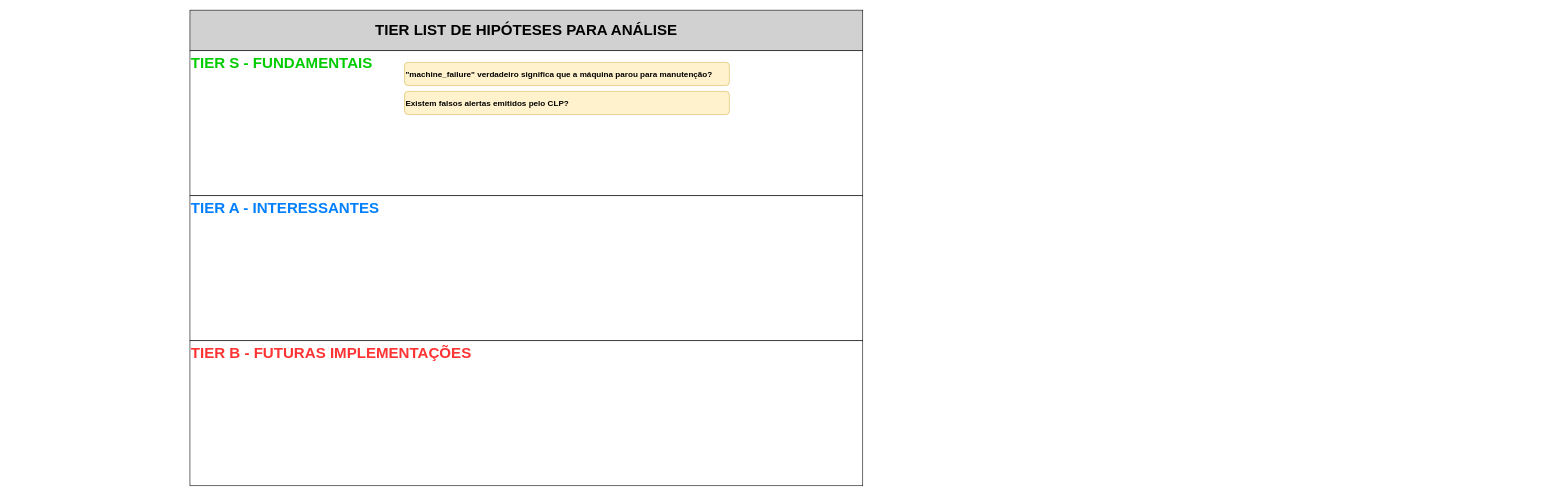
This is page "Hipóteses" (2 of 4) of doc/brainstorm_milling_pdm.drawio from ghperez/milling-pdm, a draw.io file, before an edit. Source tidied: cells renumbered, new cells numbered last; positions are measured from the earlier drawing's top-left corner, leaving out a move shared by most shapes. Both pictures are drawn from the tidied source at 58%, with x=0, y=0 at pixel (190, 10).
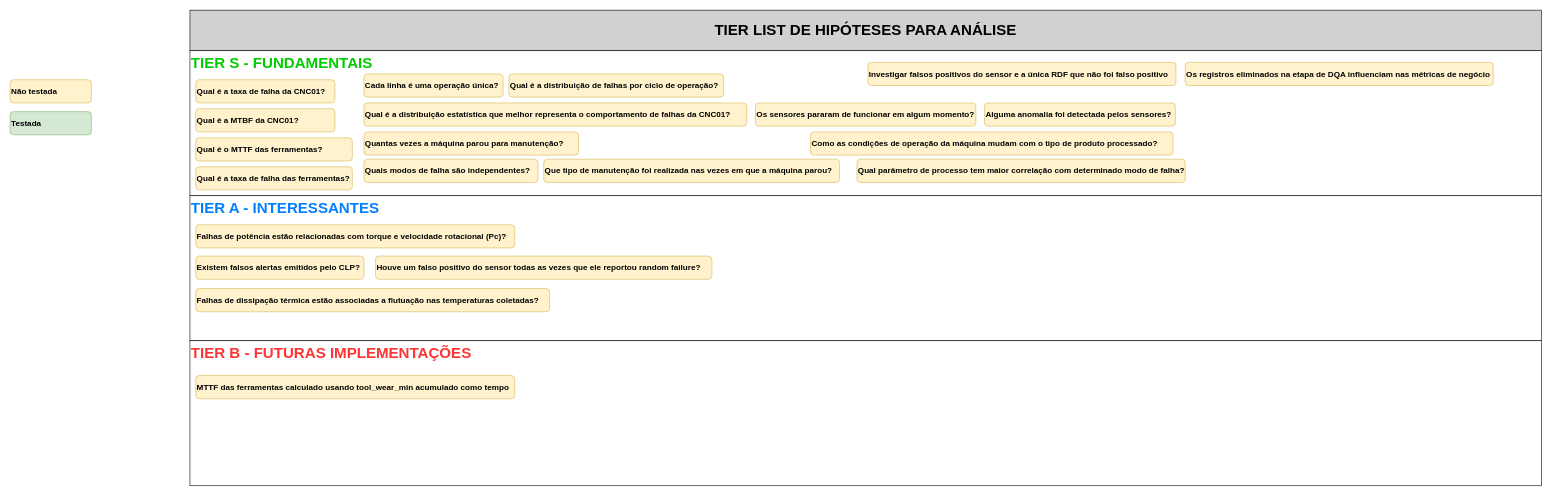
Above is the later version.

The edit, as a diff of the source:
```diff
@@
     <mxCell id="2" value="TIER LIST DE HIPÓTESES PARA ANÁLISE" style="whiteSpace=wrap;html=1;fontSize=26;fontStyle=1;fillColor=light-dark(#d1d1d1, #ededed);" parent="1" vertex="1">
-      <mxGeometry width="1160" height="70" as="geometry" />
+      <mxGeometry width="2330" height="70" as="geometry" />
     </mxCell>
     <mxCell id="3" value="TIER S - FUNDAMENTAIS" style="whiteSpace=wrap;html=1;fontSize=26;fontStyle=1;align=left;verticalAlign=top;fontColor=#00CC00;" parent="1" vertex="1">
-      <mxGeometry y="70" width="1160" height="250" as="geometry" />
+      <mxGeometry y="70" width="2330" height="250" as="geometry" />
     </mxCell>
     <mxCell id="4" value="TIER A - INTERESSANTES" style="whiteSpace=wrap;html=1;fontSize=26;fontStyle=1;align=left;verticalAlign=top;fontColor=#007FFF;" parent="1" vertex="1">
-      <mxGeometry y="320" width="1160" height="250" as="geometry" />
+      <mxGeometry y="320" width="2330" height="250" as="geometry" />
     </mxCell>
     <mxCell id="5" value="TIER B - FUTURAS IMPLEMENTAÇÕES" style="whiteSpace=wrap;html=1;fontSize=26;fontStyle=1;align=left;verticalAlign=top;fontColor=#FF3333;" parent="1" vertex="1">
-      <mxGeometry y="570" width="1160" height="250" as="geometry" />
+      <mxGeometry y="570" width="2330" height="250" as="geometry" />
     </mxCell>
-    <mxCell id="6" value="&quot;machine_failure&quot; verdadeiro significa que a máquina parou para manutenção?" style="rounded=1;whiteSpace=wrap;html=1;fillColor=#fff2cc;strokeColor=#d6b656;align=left;fontStyle=1;fontSize=14;" parent="1" vertex="1">
-      <mxGeometry x="370" y="90" width="560" height="40" as="geometry" />
+    <mxCell id="6" value="Que tipo de manutenção foi realizada nas vezes em que a máquina parou?" style="rounded=1;whiteSpace=wrap;html=1;fillColor=#fff2cc;strokeColor=#d6b656;align=left;fontStyle=1;fontSize=14;" parent="1" vertex="1">
+      <mxGeometry x="610" y="257" width="510" height="40" as="geometry" />
     </mxCell>
     <mxCell id="7" value="Existem falsos alertas emitidos pelo CLP?" style="rounded=1;whiteSpace=wrap;html=1;fillColor=#fff2cc;strokeColor=#d6b656;align=left;fontStyle=1;fontSize=14;" parent="1" vertex="1">
-      <mxGeometry x="370" y="140" width="560" height="40" as="geometry" />
+      <mxGeometry x="10" y="424" width="290" height="40" as="geometry" />
     </mxCell>
+    <mxCell id="8" value="Qual é a taxa de falha da CNC01?" style="rounded=1;whiteSpace=wrap;html=1;fillColor=#fff2cc;strokeColor=#d6b656;align=left;fontStyle=1;fontSize=14;" parent="1" vertex="1">
+      <mxGeometry x="10" y="120" width="240" height="40" as="geometry" />
+    </mxCell>
+    <mxCell id="9" value="Qual é a MTBF da CNC01?" style="rounded=1;whiteSpace=wrap;html=1;fillColor=#fff2cc;strokeColor=#d6b656;align=left;fontStyle=1;fontSize=14;" parent="1" vertex="1">
+      <mxGeometry x="10" y="170" width="240" height="40" as="geometry" />
+    </mxCell>
+    <mxCell id="10" value="Qual é a taxa de falha das ferramentas?" style="rounded=1;whiteSpace=wrap;html=1;fillColor=#fff2cc;strokeColor=#d6b656;align=left;fontStyle=1;fontSize=14;" parent="1" vertex="1">
+      <mxGeometry x="10" y="270" width="270" height="40" as="geometry" />
+    </mxCell>
+    <mxCell id="11" value="Qual é o MTTF das ferramentas?" style="rounded=1;whiteSpace=wrap;html=1;fillColor=#fff2cc;strokeColor=#d6b656;align=left;fontStyle=1;fontSize=14;" parent="1" vertex="1">
+      <mxGeometry x="10" y="220" width="270" height="40" as="geometry" />
+    </mxCell>
+    <mxCell id="12" value="Qual é a distribuição de falhas por ciclo de operação?" style="rounded=1;whiteSpace=wrap;html=1;fillColor=#fff2cc;strokeColor=#d6b656;align=left;fontStyle=1;fontSize=14;" parent="1" vertex="1">
+      <mxGeometry x="550" y="110" width="370" height="40" as="geometry" />
+    </mxCell>
+    <mxCell id="13" value="Quantas vezes a máquina parou para manutenção?" style="rounded=1;whiteSpace=wrap;html=1;fillColor=#fff2cc;strokeColor=#d6b656;align=left;fontStyle=1;fontSize=14;" parent="1" vertex="1">
+      <mxGeometry x="300" y="210" width="370" height="40" as="geometry" />
+    </mxCell>
+    <mxCell id="14" value="Cada linha é uma operação única?" style="rounded=1;whiteSpace=wrap;html=1;fillColor=#fff2cc;strokeColor=#d6b656;align=left;fontStyle=1;fontSize=14;" parent="1" vertex="1">
+      <mxGeometry x="300" y="110" width="240" height="40" as="geometry" />
+    </mxCell>
+    <mxCell id="15" value="Falhas de dissipação térmica estão associadas a flutuação nas temperaturas coletadas?" style="rounded=1;whiteSpace=wrap;html=1;fillColor=#fff2cc;strokeColor=#d6b656;align=left;fontStyle=1;fontSize=14;" parent="1" vertex="1">
+      <mxGeometry x="10" y="480" width="610" height="40" as="geometry" />
+    </mxCell>
+    <mxCell id="16" value="Falhas de potência estão relacionadas com torque e velocidade rotacional (Pc)?" style="rounded=1;whiteSpace=wrap;html=1;fillColor=#fff2cc;strokeColor=#d6b656;align=left;fontStyle=1;fontSize=14;" parent="1" vertex="1">
+      <mxGeometry x="10" y="370" width="550" height="40" as="geometry" />
+    </mxCell>
+    <mxCell id="17" value="Quais modos de falha são independentes?" style="rounded=1;whiteSpace=wrap;html=1;fillColor=#fff2cc;strokeColor=#d6b656;align=left;fontStyle=1;fontSize=14;" parent="1" vertex="1">
+      <mxGeometry x="300" y="257" width="300" height="40" as="geometry" />
+    </mxCell>
+    <mxCell id="18" value="Qual parâmetro de processo tem maior correlação com determinado modo de falha?" style="rounded=1;whiteSpace=wrap;html=1;fillColor=#fff2cc;strokeColor=#d6b656;align=left;fontStyle=1;fontSize=14;" parent="1" vertex="1">
+      <mxGeometry x="1150" y="257" width="566" height="40" as="geometry" />
+    </mxCell>
+    <mxCell id="19" value="Como as condições de operação da máquina mudam com o tipo de produto processado?" style="rounded=1;whiteSpace=wrap;html=1;fillColor=#fff2cc;strokeColor=#d6b656;align=left;fontStyle=1;fontSize=14;" parent="1" vertex="1">
+      <mxGeometry x="1070" y="210" width="625" height="40" as="geometry" />
+    </mxCell>
+    <mxCell id="20" value="Qual é a distribuição estatística que melhor representa o comportamento de falhas da CNC01?" style="rounded=1;whiteSpace=wrap;html=1;fillColor=#fff2cc;strokeColor=#d6b656;align=left;fontStyle=1;fontSize=14;" parent="1" vertex="1">
+      <mxGeometry x="300" y="160" width="660" height="40" as="geometry" />
+    </mxCell>
+    <mxCell id="21" value="Alguma anomalia foi detectada pelos sensores?" style="rounded=1;whiteSpace=wrap;html=1;fillColor=#fff2cc;strokeColor=#d6b656;align=left;fontStyle=1;fontSize=14;" parent="1" vertex="1">
+      <mxGeometry x="1370" y="160" width="329" height="40" as="geometry" />
+    </mxCell>
+    <mxCell id="22" value="Os sensores pararam de funcionar em algum momento?" style="rounded=1;whiteSpace=wrap;html=1;fillColor=#fff2cc;strokeColor=#d6b656;align=left;fontStyle=1;fontSize=14;" parent="1" vertex="1">
+      <mxGeometry x="975" y="160" width="380" height="40" as="geometry" />
+    </mxCell>
+    <mxCell id="23" value="MTTF das ferramentas calculado usando tool_wear_min acumulado como tempo" style="rounded=1;whiteSpace=wrap;html=1;fillColor=#fff2cc;strokeColor=#d6b656;align=left;fontStyle=1;fontSize=14;" parent="1" vertex="1">
+      <mxGeometry x="10" y="630" width="550" height="40" as="geometry" />
+    </mxCell>
+    <mxCell id="24" value="Testada" style="rounded=1;whiteSpace=wrap;html=1;fillColor=#d5e8d4;strokeColor=#82b366;align=left;fontStyle=1;fontSize=14;" parent="1" vertex="1">
+      <mxGeometry x="-310" y="175" width="140" height="40" as="geometry" />
+    </mxCell>
+    <mxCell id="25" value="Não testada" style="rounded=1;whiteSpace=wrap;html=1;fillColor=#fff2cc;strokeColor=#d6b656;align=left;fontStyle=1;fontSize=14;" parent="1" vertex="1">
+      <mxGeometry x="-310" y="120" width="140" height="40" as="geometry" />
+    </mxCell>
+    <mxCell id="26" value="Investigar falsos positivos do sensor e a única RDF que não foi falso positivo" style="rounded=1;whiteSpace=wrap;html=1;fillColor=#fff2cc;strokeColor=#d6b656;align=left;fontStyle=1;fontSize=14;" parent="1" vertex="1">
+      <mxGeometry x="1169" y="90" width="531" height="40" as="geometry" />
+    </mxCell>
+    <mxCell id="27" value="Houve um falso positivo do sensor todas as vezes que ele reportou random failure?" style="rounded=1;whiteSpace=wrap;html=1;fillColor=#fff2cc;strokeColor=#d6b656;align=left;fontStyle=1;fontSize=14;" parent="1" vertex="1">
+      <mxGeometry x="320" y="424" width="580" height="40" as="geometry" />
+    </mxCell>
+    <mxCell id="28" value="Os registros eliminados na etapa de DQA influenciam nas métricas de negócio" style="rounded=1;whiteSpace=wrap;html=1;fillColor=#fff2cc;strokeColor=#d6b656;align=left;fontStyle=1;fontSize=14;" parent="1" vertex="1">
+      <mxGeometry x="1716" y="90" width="531" height="40" as="geometry" />
+    </mxCell>
```
